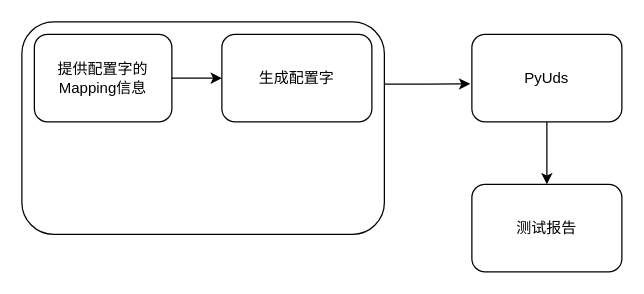
This is CarCfgTest_01.drawio from woshitanwang/pics_procdure, a draw.io file, before an edit. Source tidied: cells renumbered, new cells numbered last; positions are measured from the earlier drawing's top-left corner, leaving out a move shared by most shapes. Both pictures are drawn from the tidied source at 125%, with x=0, y=0 at pixel (21, 21).
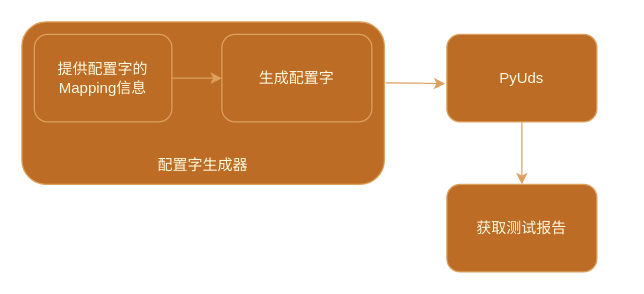
After the change.

Change to the diagram source:
```diff
@@
 <mxGraphModel>
   <root>
     <mxCell id="0" />
     <mxCell id="1" parent="0" />
-    <mxCell id="2" value="PyUds" style="rounded=1;whiteSpace=wrap;html=1;" parent="1" vertex="1">
-      <mxGeometry x="360" y="10" width="120" height="70" as="geometry" />
+    <mxCell id="2" value="PyUds" style="rounded=1;whiteSpace=wrap;html=1;labelBackgroundColor=none;fillColor=#BC6C25;strokeColor=#DDA15E;fontColor=#FEFAE0;" parent="1" vertex="1">
+      <mxGeometry x="340" y="10" width="120" height="70" as="geometry" />
     </mxCell>
-    <mxCell id="3" value="测试报告" style="rounded=1;whiteSpace=wrap;html=1;" parent="1" vertex="1">
-      <mxGeometry x="360" y="130" width="120" height="70" as="geometry" />
+    <mxCell id="3" value="获取测试报告" style="rounded=1;whiteSpace=wrap;html=1;labelBackgroundColor=none;fillColor=#BC6C25;strokeColor=#DDA15E;fontColor=#FEFAE0;" parent="1" vertex="1">
+      <mxGeometry x="340" y="130" width="120" height="70" as="geometry" />
     </mxCell>
-    <mxCell id="4" style="edgeStyle=orthogonalEdgeStyle;rounded=0;jettySize=auto;html=1;entryX=-0.011;entryY=0.565;entryDx=0;entryDy=0;entryPerimeter=0;exitX=0.998;exitY=0.293;exitDx=0;exitDy=0;exitPerimeter=0;" parent="1" edge="1" source="5" target="2">
+    <mxCell id="4" style="edgeStyle=orthogonalEdgeStyle;rounded=0;jettySize=auto;html=1;entryX=-0.011;entryY=0.565;entryDx=0;entryDy=0;entryPerimeter=0;exitX=1.004;exitY=0.376;exitDx=0;exitDy=0;exitPerimeter=0;labelBackgroundColor=none;strokeColor=#DDA15E;fontColor=default;" parent="1" edge="1" source="5" target="2">
       <mxGeometry relative="1" as="geometry" />
     </mxCell>
-    <mxCell id="5" style="rounded=1;whiteSpace=wrap;html=1;" parent="1" vertex="1">
-      <mxGeometry width="290" height="170" as="geometry" />
+    <mxCell id="5" style="rounded=1;whiteSpace=wrap;html=1;labelBackgroundColor=none;fillColor=#BC6C25;strokeColor=#DDA15E;fontColor=#FEFAE0;" parent="1" vertex="1">
+      <mxGeometry width="290" height="130" as="geometry" />
     </mxCell>
-    <mxCell id="6" value="提供配置字的Mapping信息" style="rounded=1;whiteSpace=wrap;html=1;" parent="1" vertex="1">
+    <mxCell id="6" value="提供配置字的Mapping信息" style="rounded=1;whiteSpace=wrap;html=1;labelBackgroundColor=none;fillColor=#BC6C25;strokeColor=#DDA15E;fontColor=#FEFAE0;" parent="1" vertex="1">
       <mxGeometry x="10" y="10" width="110" height="70" as="geometry" />
     </mxCell>
-    <mxCell id="7" value="生成配置字" style="rounded=1;whiteSpace=wrap;html=1;" parent="1" vertex="1">
+    <mxCell id="7" value="生成配置字" style="rounded=1;whiteSpace=wrap;html=1;labelBackgroundColor=none;fillColor=#BC6C25;strokeColor=#DDA15E;fontColor=#FEFAE0;" parent="1" vertex="1">
       <mxGeometry x="160" y="10" width="120" height="70" as="geometry" />
     </mxCell>
-    <mxCell id="8" style="endArrow=classic;html=1;rounded=0;entryX=0;entryY=0.5;entryDx=0;entryDy=0;exitX=1;exitY=0.5;exitDx=0;exitDy=0;" parent="1" edge="1" source="6" target="7">
+    <mxCell id="8" style="endArrow=classic;html=1;rounded=0;entryX=0;entryY=0.5;entryDx=0;entryDy=0;exitX=1;exitY=0.5;exitDx=0;exitDy=0;labelBackgroundColor=none;strokeColor=#DDA15E;fontColor=default;" parent="1" edge="1" source="6" target="7">
       <mxGeometry relative="1" as="geometry" />
     </mxCell>
-    <mxCell id="9" style="endArrow=classic;html=1;rounded=0;entryX=0.5;entryY=0;entryDx=0;entryDy=0;exitX=0.5;exitY=1;exitDx=0;exitDy=0;" parent="1" edge="1" source="2" target="3">
+    <mxCell id="9" style="endArrow=classic;html=1;rounded=0;entryX=0.5;entryY=0;entryDx=0;entryDy=0;exitX=0.5;exitY=1;exitDx=0;exitDy=0;labelBackgroundColor=none;strokeColor=#DDA15E;fontColor=default;" parent="1" edge="1" source="2" target="3">
       <mxGeometry relative="1" as="geometry" />
     </mxCell>
+    <mxCell id="10" value="配置字生成器" style="text;html=1;align=center;verticalAlign=middle;whiteSpace=wrap;rounded=0;labelBackgroundColor=none;fontColor=#FEFAE0;" parent="1" vertex="1">
+      <mxGeometry x="105" y="100" width="80" height="30" as="geometry" />
+    </mxCell>
   </root>
 </mxGraphModel>
```
